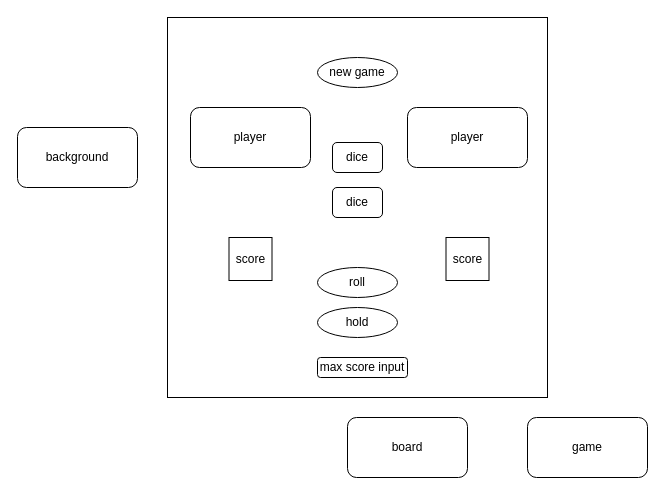
ibarkay/fullstack keeps this draw.io diagram as Untitled Diagram.drawio. Above is the earlier version. Source tidied: cells renumbered, new cells numbered last; positions are measured from the earlier drawing's top-left corner, leaving out a move shared by most shapes. Both pictures are drawn from the tidied source at 100%, with x=0, y=0 at pixel (17, 17).
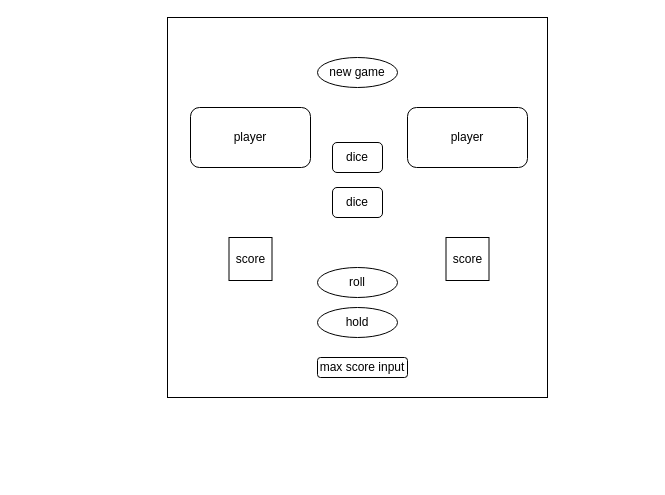
The same page after the edit.

Diff of the diagram source:
```diff
@@
 <mxGraphModel>
   <root>
     <mxCell id="0" />
     <mxCell id="1" parent="0" />
     <mxCell id="2" style="whiteSpace=wrap;html=1;" parent="1" vertex="1">
       <mxGeometry x="150" width="380" height="380" as="geometry" />
     </mxCell>
-    <mxCell id="3" value="game" style="rounded=1;whiteSpace=wrap;html=1;" parent="1" vertex="1">
-      <mxGeometry x="510" y="400" width="120" height="60" as="geometry" />
-    </mxCell>
-    <mxCell id="4" value="background" style="rounded=1;whiteSpace=wrap;html=1;" parent="1" vertex="1">
-      <mxGeometry y="110" width="120" height="60" as="geometry" />
-    </mxCell>
-    <mxCell id="5" value="board" style="rounded=1;whiteSpace=wrap;html=1;" parent="1" vertex="1">
-      <mxGeometry x="330" y="400" width="120" height="60" as="geometry" />
-    </mxCell>
     <mxCell id="6" value="player" style="rounded=1;whiteSpace=wrap;html=1;" parent="1" vertex="1">
       <mxGeometry x="173" y="90" width="120" height="60" as="geometry" />
     </mxCell>
     <mxCell id="7" value="dice" style="rounded=1;whiteSpace=wrap;html=1;" parent="1" vertex="1">
       <mxGeometry x="315" y="125" width="50" height="30" as="geometry" />
     </mxCell>
     <mxCell id="8" value="new game" style="ellipse;whiteSpace=wrap;html=1;" parent="1" vertex="1">
       <mxGeometry x="300" y="40" width="80" height="30" as="geometry" />
     </mxCell>
     <mxCell id="9" value="dice" style="rounded=1;whiteSpace=wrap;html=1;" parent="1" vertex="1">
       <mxGeometry x="315" y="170" width="50" height="30" as="geometry" />
     </mxCell>
     <mxCell id="10" value="player" style="rounded=1;whiteSpace=wrap;html=1;" parent="1" vertex="1">
       <mxGeometry x="390" y="90" width="120" height="60" as="geometry" />
     </mxCell>
     <mxCell id="11" value="roll" style="ellipse;whiteSpace=wrap;html=1;" parent="1" vertex="1">
       <mxGeometry x="300" y="250" width="80" height="30" as="geometry" />
     </mxCell>
     <mxCell id="12" value="hold" style="ellipse;whiteSpace=wrap;html=1;" parent="1" vertex="1">
       <mxGeometry x="300" y="290" width="80" height="30" as="geometry" />
     </mxCell>
     <mxCell id="13" value="score" style="whiteSpace=wrap;html=1;" parent="1" vertex="1">
       <mxGeometry x="211.5" y="220" width="43" height="43" as="geometry" />
     </mxCell>
     <mxCell id="14" value="score" style="whiteSpace=wrap;html=1;" parent="1" vertex="1">
       <mxGeometry x="428.5" y="220" width="43" height="43" as="geometry" />
     </mxCell>
     <mxCell id="15" value="max score input" style="rounded=1;whiteSpace=wrap;html=1;" parent="1" vertex="1">
       <mxGeometry x="300" y="340" width="90" height="20" as="geometry" />
     </mxCell>
   </root>
 </mxGraphModel>
```
